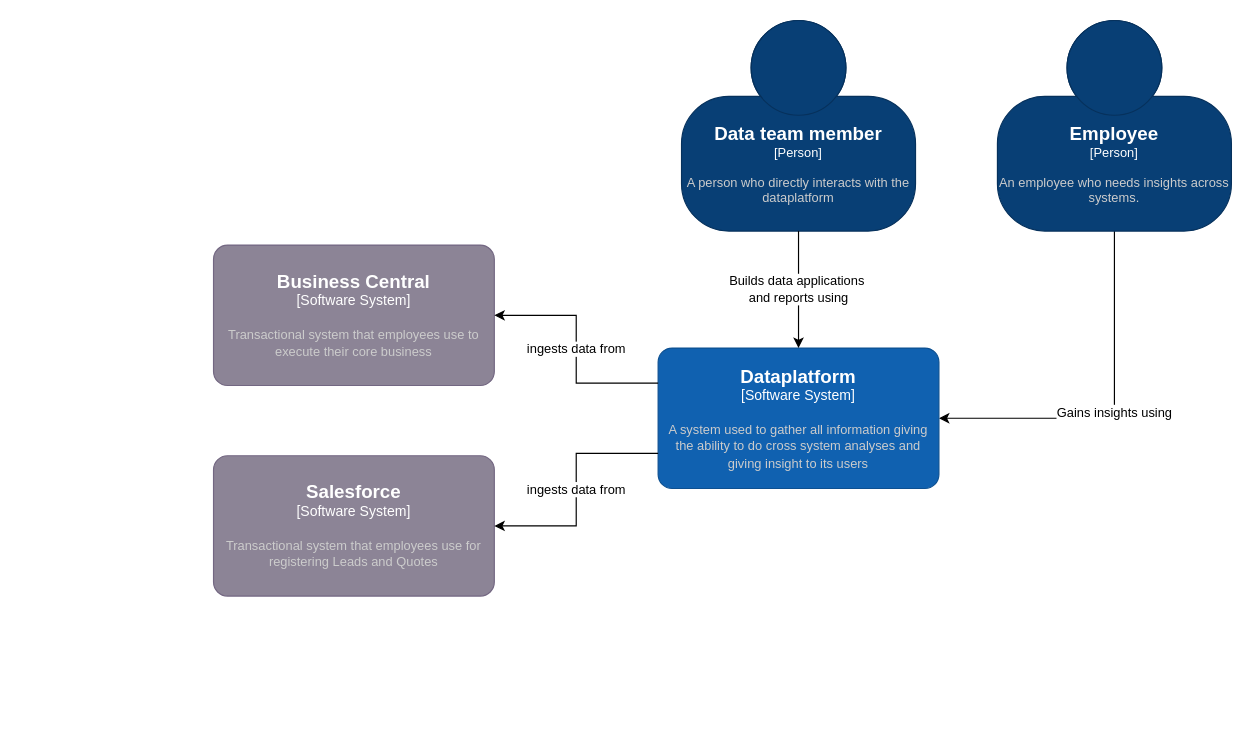
Above: page "1. System Context" (1 of 4) of Dataplatform Model.drawio in ferdyh/c4 (draw.io), before the change. Source tidied: cells renumbered, new cells numbered last; positions are measured from the earlier drawing's top-left corner, leaving out a move shared by most shapes. Both pictures are drawn from the tidied source at 117%, with x=0, y=0 at pixel (213, 20).
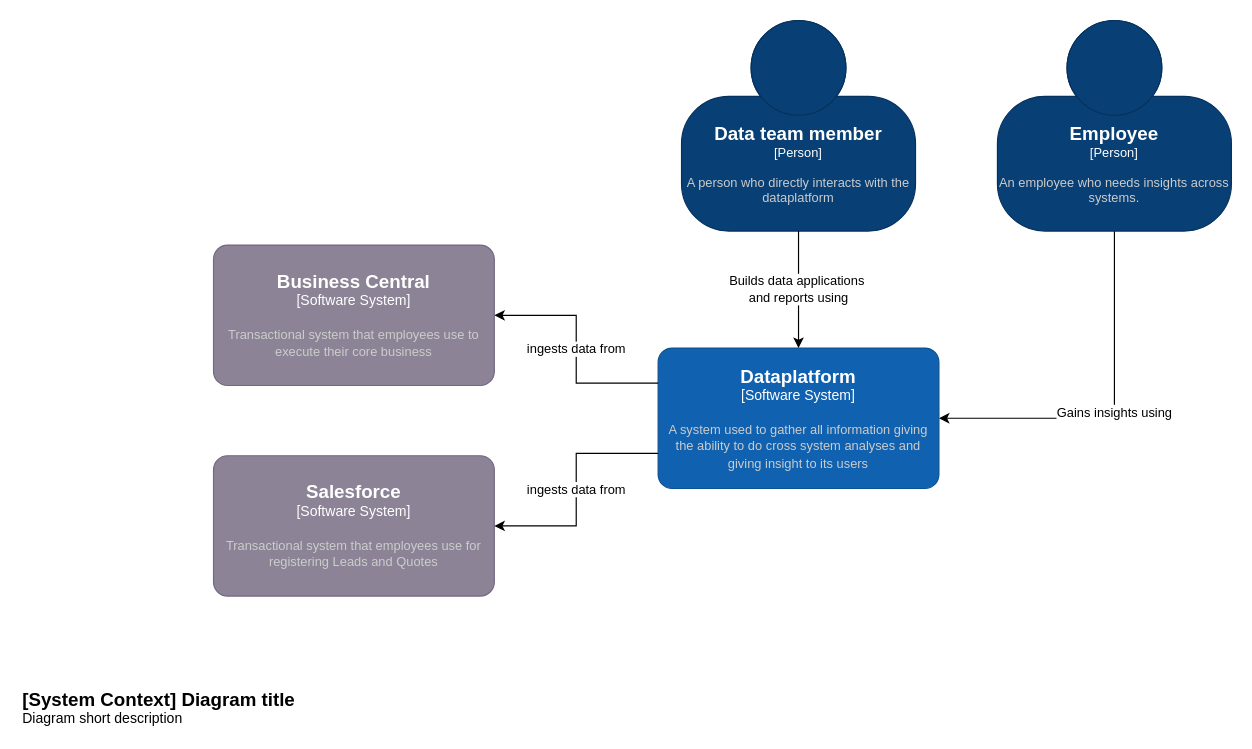
After the change.

The edit, as a diff of the source:
```diff
@@
 <mxGraphModel>
   <root>
     <mxCell id="0" />
     <mxCell id="1" parent="0" />
     <object id="2" label="&lt;font style=&quot;font-size: 16px&quot;&gt;&lt;b&gt;%c4Name%&lt;/b&gt;&lt;/font&gt;&lt;div&gt;[%c4Type%]&lt;/div&gt;&lt;br&gt;&lt;div&gt;&lt;font style=&quot;font-size: 11px&quot;&gt;&lt;font color=&quot;#cccccc&quot;&gt;%c4Description%&lt;/font&gt;&lt;/div&gt;" c4Description="A person who directly interacts with the dataplatform" c4Name="Data team member" c4Type="Person" placeholders="1">
       <mxCell style="html=1;fontSize=11;dashed=0;whiteSpace=wrap;fillColor=#083F75;strokeColor=#06315C;fontColor=#ffffff;shape=mxgraph.c4.person2;align=center;points=[[0.5,0,0],[1,0.5,0],[1,0.75,0],[0.75,1,0],[0.5,1,0],[0.25,1,0],[0,0.75,0],[0,0.5,0]];" parent="1" vertex="1">
         <mxGeometry x="400" width="200" height="180" as="geometry" />
       </mxCell>
     </object>
     <mxCell id="3" value="Gains insights using" style="edgeStyle=orthogonalEdgeStyle;rounded=0;jettySize=auto;html=1;exitX=0.5;exitY=1;exitDx=0;exitDy=0;exitPerimeter=0;entryX=1;entryY=0.5;entryDx=0;entryDy=0;entryPerimeter=0;" parent="1" edge="1" source="4" target="5">
       <mxGeometry relative="1" as="geometry" />
     </mxCell>
     <object id="4" label="&lt;font style=&quot;font-size: 16px&quot;&gt;&lt;b&gt;%c4Name%&lt;/b&gt;&lt;/font&gt;&lt;div&gt;[%c4Type%]&lt;/div&gt;&lt;br&gt;&lt;div&gt;&lt;font style=&quot;font-size: 11px&quot;&gt;&lt;font color=&quot;#cccccc&quot;&gt;%c4Description%&lt;/font&gt;&lt;/div&gt;" c4Description="An employee who needs insights across systems." c4Name="Employee" c4Type="Person" placeholders="1">
       <mxCell style="html=1;fontSize=11;dashed=0;whiteSpace=wrap;fillColor=#083F75;strokeColor=#06315C;fontColor=#ffffff;shape=mxgraph.c4.person2;align=center;points=[[0.5,0,0],[1,0.5,0],[1,0.75,0],[0.75,1,0],[0.5,1,0],[0.25,1,0],[0,0.75,0],[0,0.5,0]];" parent="1" vertex="1">
         <mxGeometry x="670" width="200" height="180" as="geometry" />
       </mxCell>
     </object>
     <object id="5" label="&lt;font style=&quot;font-size: 16px&quot;&gt;&lt;b&gt;%c4Name%&lt;/b&gt;&lt;/font&gt;&lt;div&gt;[%c4Type%]&lt;/div&gt;&lt;br&gt;&lt;div&gt;&lt;font style=&quot;font-size: 11px&quot;&gt;&lt;font color=&quot;#cccccc&quot;&gt;%c4Description%&lt;/font&gt;&lt;/div&gt;" c4Description="A system used to gather all information giving the ability to do cross system analyses and giving insight to its users" c4Name="Dataplatform" c4Type="Software System" placeholders="1">
       <mxCell style="rounded=1;whiteSpace=wrap;html=1;labelBackgroundColor=none;fillColor=#1061B0;fontColor=#ffffff;align=center;arcSize=10;strokeColor=#0D5091;points=[[0.25,0,0],[0.5,0,0],[0.75,0,0],[1,0.25,0],[1,0.5,0],[1,0.75,0],[0.75,1,0],[0.5,1,0],[0.25,1,0],[0,0.75,0],[0,0.5,0],[0,0.25,0]];" parent="1" vertex="1">
         <mxGeometry x="380" y="280" width="240" height="120" as="geometry" />
       </mxCell>
     </object>
     <mxCell id="6" value="Builds data applications&amp;nbsp;&lt;div&gt;and reports using&lt;/div&gt;" style="edgeStyle=orthogonalEdgeStyle;rounded=0;jettySize=auto;html=1;exitX=0.5;exitY=1;exitDx=0;exitDy=0;exitPerimeter=0;entryX=0.5;entryY=0;entryDx=0;entryDy=0;entryPerimeter=0;" parent="1" edge="1" source="2" target="5">
       <mxGeometry relative="1" as="geometry" />
     </mxCell>
     <object id="7" label="&lt;font style=&quot;font-size: 16px&quot;&gt;&lt;b&gt;%c4Name%&lt;/b&gt;&lt;/font&gt;&lt;div&gt;[%c4Type%]&lt;/div&gt;&lt;br&gt;&lt;div&gt;&lt;font style=&quot;font-size: 11px&quot;&gt;&lt;font color=&quot;#cccccc&quot;&gt;%c4Description%&lt;/font&gt;&lt;/div&gt;" c4Description="Transactional system that employees use to execute their core business" c4Name="Business Central" c4Type="Software System" placeholders="1">
       <mxCell style="rounded=1;whiteSpace=wrap;html=1;labelBackgroundColor=none;fillColor=#8C8496;fontColor=#ffffff;align=center;arcSize=10;strokeColor=#736782;points=[[0.25,0,0],[0.5,0,0],[0.75,0,0],[1,0.25,0],[1,0.5,0],[1,0.75,0],[0.75,1,0],[0.5,1,0],[0.25,1,0],[0,0.75,0],[0,0.5,0],[0,0.25,0]];" parent="1" vertex="1">
         <mxGeometry y="192" width="240" height="120" as="geometry" />
       </mxCell>
     </object>
     <mxCell id="8" value="ingests data from" style="edgeStyle=orthogonalEdgeStyle;rounded=0;jettySize=auto;html=1;exitX=0;exitY=0.25;exitDx=0;exitDy=0;exitPerimeter=0;entryX=1;entryY=0.5;entryDx=0;entryDy=0;entryPerimeter=0;" parent="1" edge="1" source="5" target="7">
       <mxGeometry relative="1" as="geometry" />
     </mxCell>
     <object id="9" label="&lt;font style=&quot;font-size: 16px&quot;&gt;&lt;b&gt;%c4Name%&lt;/b&gt;&lt;/font&gt;&lt;div&gt;[%c4Type%]&lt;/div&gt;&lt;br&gt;&lt;div&gt;&lt;font style=&quot;font-size: 11px&quot;&gt;&lt;font color=&quot;#cccccc&quot;&gt;%c4Description%&lt;/font&gt;&lt;/div&gt;" c4Description="Transactional system that employees use for registering Leads and Quotes" c4Name="Salesforce" c4Type="Software System" placeholders="1">
       <mxCell style="rounded=1;whiteSpace=wrap;html=1;labelBackgroundColor=none;fillColor=#8C8496;fontColor=#ffffff;align=center;arcSize=10;strokeColor=#736782;points=[[0.25,0,0],[0.5,0,0],[0.75,0,0],[1,0.25,0],[1,0.5,0],[1,0.75,0],[0.75,1,0],[0.5,1,0],[0.25,1,0],[0,0.75,0],[0,0.5,0],[0,0.25,0]];" parent="1" vertex="1">
         <mxGeometry y="372" width="240" height="120" as="geometry" />
       </mxCell>
     </object>
     <mxCell id="10" value="ingests data from" style="edgeStyle=orthogonalEdgeStyle;rounded=0;jettySize=auto;html=1;exitX=0;exitY=0.75;exitDx=0;exitDy=0;exitPerimeter=0;entryX=1;entryY=0.5;entryDx=0;entryDy=0;entryPerimeter=0;" parent="1" edge="1" source="5" target="9">
       <mxGeometry relative="1" as="geometry" />
     </mxCell>
+    <object id="11" label="&lt;font style=&quot;font-size: 16px&quot;&gt;&lt;b&gt;&lt;div style=&quot;text-align: left&quot;&gt;%c4Name%&lt;/div&gt;&lt;/b&gt;&lt;/font&gt;&lt;div style=&quot;text-align: left&quot;&gt;%c4Description%&lt;/div&gt;" c4Description="Diagram short description" c4Name="[System Context] Diagram title" placeholders="1">
+      <mxCell style="text;html=1;strokeColor=none;fillColor=none;align=left;verticalAlign=top;whiteSpace=wrap;rounded=0;" parent="1" vertex="1">
+        <mxGeometry x="-165" y="564" width="260" height="40" as="geometry" />
+      </mxCell>
+    </object>
   </root>
 </mxGraphModel>
```
